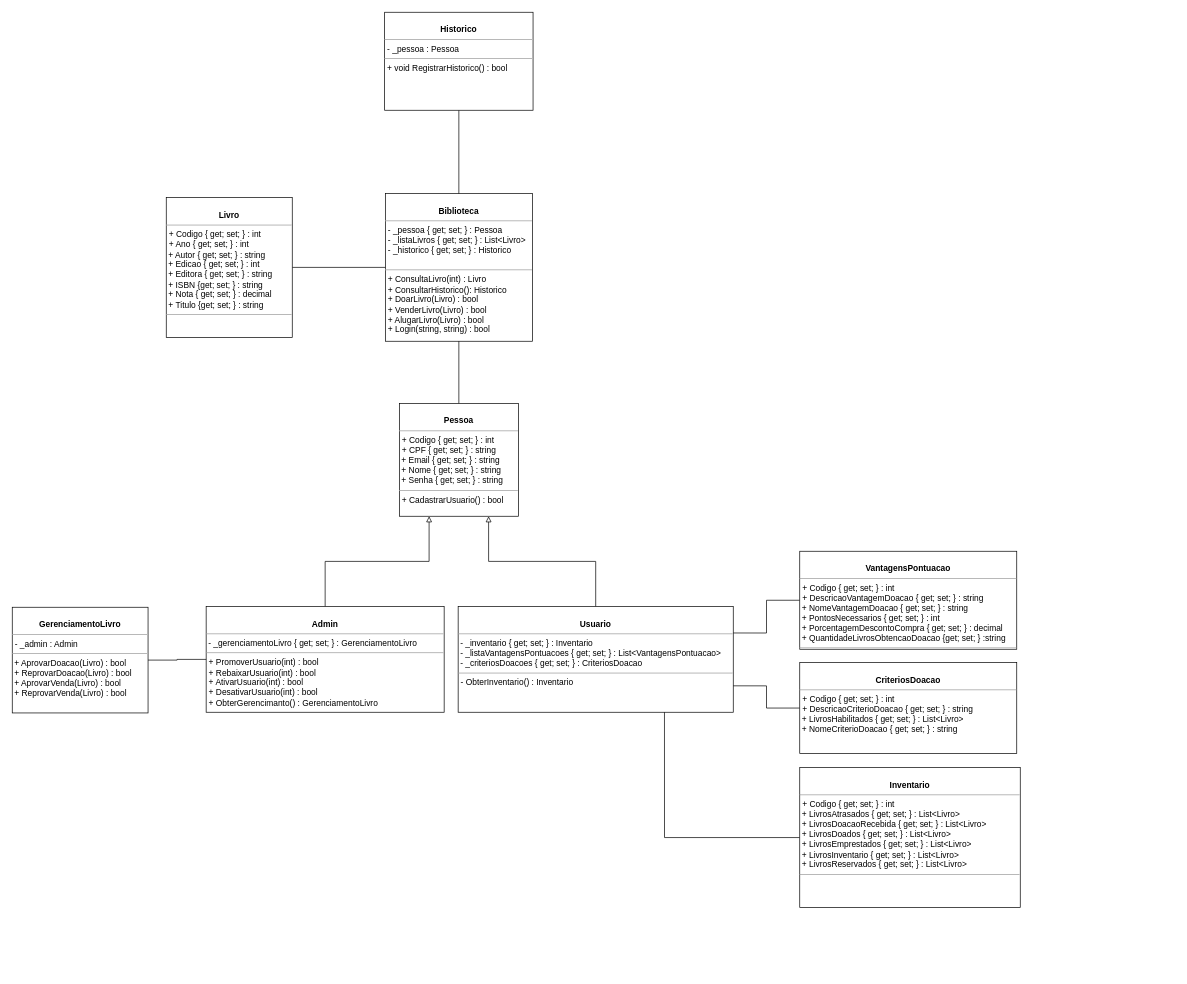
Above: novoDiagramaClasse.drawio in lucaspercisi/UFFS (draw.io), before the change. Source tidied: cells renumbered, new cells numbered last; positions are measured from the earlier drawing's top-left corner, leaving out a move shared by most shapes. Both pictures are drawn from the tidied source at 70%, with x=0, y=0 at pixel (12, 12).
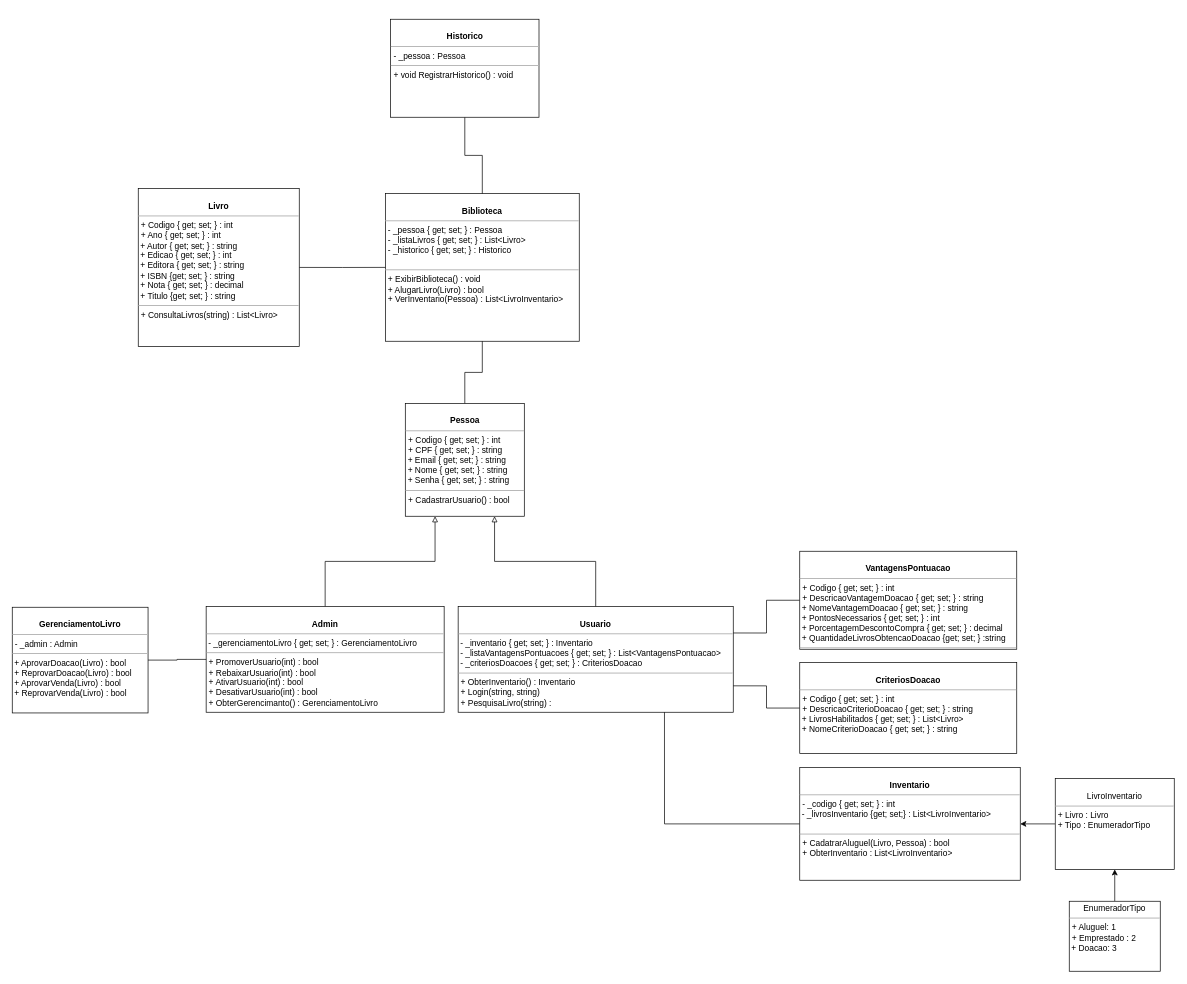
After the change.

What changed in the source:
```diff
@@
-    <mxCell id="2" value="&lt;p style=&quot;margin:0px;margin-top:4px;text-align:center;&quot;&gt;&lt;br&gt;&lt;b&gt;Biblioteca&lt;/b&gt;&lt;/p&gt;&lt;hr size=&quot;1&quot;&gt;&lt;p style=&quot;margin: 0px 0px 0px 4px;&quot;&gt;- _pessoa { get; set; } : Pessoa&lt;/p&gt;&lt;p style=&quot;margin: 0px 0px 0px 4px;&quot;&gt;- _listaLivros { get; set; } : List&amp;lt;Livro&amp;gt;&lt;/p&gt;&lt;p style=&quot;margin: 0px 0px 0px 4px;&quot;&gt;- _historico { get; set; } : Historico&lt;/p&gt;&lt;br&gt;&lt;hr size=&quot;1&quot;&gt;&lt;p style=&quot;margin:0px;margin-left:4px;&quot;&gt;+ ConsultaLivro(int) : Livro&lt;/p&gt;&lt;p style=&quot;margin:0px;margin-left:4px;&quot;&gt;+ ConsultarHistorico(): Historico&lt;/p&gt;&lt;p style=&quot;margin:0px;margin-left:4px;&quot;&gt;+ DoarLivro(Livro) : bool&lt;/p&gt;&lt;p style=&quot;margin:0px;margin-left:4px;&quot;&gt;+ VenderLivro(Livro) : bool&lt;/p&gt;&lt;p style=&quot;margin:0px;margin-left:4px;&quot;&gt;+ AlugarLivro(Livro) : bool&lt;/p&gt;&lt;p style=&quot;margin:0px;margin-left:4px;&quot;&gt;+ Login(string, string) : bool&lt;br&gt;&lt;/p&gt;" style="verticalAlign=top;align=left;overflow=fill;fontSize=12;fontFamily=Helvetica;html=1;rounded=0;shadow=0;comic=0;labelBackgroundColor=none;strokeWidth=1;" parent="1" vertex="1">
-      <mxGeometry x="533" y="259" width="210" height="211" as="geometry" />
+    <mxCell id="2" value="&lt;p style=&quot;margin:0px;margin-top:4px;text-align:center;&quot;&gt;&lt;br&gt;&lt;b&gt;Biblioteca&lt;/b&gt;&lt;/p&gt;&lt;hr size=&quot;1&quot;&gt;&lt;p style=&quot;margin: 0px 0px 0px 4px;&quot;&gt;- _pessoa { get; set; } : Pessoa&lt;/p&gt;&lt;p style=&quot;margin: 0px 0px 0px 4px;&quot;&gt;- _listaLivros { get; set; } : List&amp;lt;Livro&amp;gt;&lt;/p&gt;&lt;p style=&quot;margin: 0px 0px 0px 4px;&quot;&gt;- _historico { get; set; } : Historico&lt;/p&gt;&lt;br&gt;&lt;hr size=&quot;1&quot;&gt;&lt;p style=&quot;margin:0px;margin-left:4px;&quot;&gt;+ ExibirBiblioteca() : void&lt;/p&gt;&lt;p style=&quot;margin:0px;margin-left:4px;&quot;&gt;+ AlugarLivro(Livro) : bool&lt;/p&gt;&lt;p style=&quot;margin:0px;margin-left:4px;&quot;&gt;+ VerInventario(Pessoa) : List&amp;lt;LivroInventario&amp;gt;&lt;/p&gt;" style="verticalAlign=top;align=left;overflow=fill;fontSize=12;fontFamily=Helvetica;html=1;rounded=0;shadow=0;comic=0;labelBackgroundColor=none;strokeWidth=1;" parent="1" vertex="1">
+      <mxGeometry x="533" y="259" width="277" height="211" as="geometry" />
     </mxCell>
@@
     <mxCell id="4" value="&lt;p style=&quot;margin:0px;margin-top:4px;text-align:center;&quot;&gt;&lt;br&gt;&lt;b&gt;Pessoa&lt;/b&gt;&lt;/p&gt;&lt;hr size=&quot;1&quot;&gt;&lt;p style=&quot;margin: 0px 0px 0px 4px;&quot;&gt;+ Codigo { get; set; } : int&lt;/p&gt;&lt;p style=&quot;margin: 0px 0px 0px 4px;&quot;&gt;+ CPF { get; set; } : string&lt;/p&gt;&amp;nbsp;+ Email { get; set; } : string&amp;nbsp;&lt;br&gt;&amp;nbsp;+ Nome { get; set; } : string&lt;br&gt;&amp;nbsp;+ Senha { get; set; } : string&lt;br&gt;&lt;hr size=&quot;1&quot;&gt;&lt;p style=&quot;margin:0px;margin-left:4px;&quot;&gt;+ CadastrarUsuario() : bool&lt;br&gt;&lt;/p&gt;&lt;p style=&quot;margin:0px;margin-left:4px;&quot;&gt;&lt;br&gt;&lt;/p&gt;&lt;div&gt;&lt;br&gt;&lt;/div&gt;&lt;div&gt;&lt;br&gt;&lt;/div&gt;" style="verticalAlign=top;align=left;overflow=fill;fontSize=12;fontFamily=Helvetica;html=1;rounded=0;shadow=0;comic=0;labelBackgroundColor=none;strokeWidth=1;" parent="1" vertex="1">
-      <mxGeometry x="553" y="559" width="170" height="161" as="geometry" />
+      <mxGeometry x="561.5" y="559" width="170" height="161" as="geometry" />
     </mxCell>
@@
-    <mxCell id="8" value="&lt;p style=&quot;margin:0px;margin-top:4px;text-align:center;&quot;&gt;&lt;br&gt;&lt;b&gt;Usuario&lt;/b&gt;&lt;/p&gt;&lt;hr size=&quot;1&quot;&gt;&lt;p style=&quot;margin: 0px 0px 0px 4px;&quot;&gt;&lt;/p&gt;&amp;nbsp;-&amp;nbsp;_inventario { get; set; } : Inventario&amp;nbsp;&lt;br&gt;&amp;nbsp;- _listaVantagensPontuacoes { get; set; } : List&amp;lt;VantagensPontuacao&amp;gt;&lt;br&gt;&amp;nbsp;- _criteriosDoacoes { get; set; } : CriteriosDoacao&lt;br&gt;&lt;hr size=&quot;1&quot;&gt;&lt;p style=&quot;margin:0px;margin-left:4px;&quot;&gt;- ObterInventario() : Inventario&lt;/p&gt;&lt;p style=&quot;margin:0px;margin-left:4px;&quot;&gt;&lt;br&gt;&lt;/p&gt;" style="verticalAlign=top;align=left;overflow=fill;fontSize=12;fontFamily=Helvetica;html=1;rounded=0;shadow=0;comic=0;labelBackgroundColor=none;strokeWidth=1;" parent="1" vertex="1">
+    <mxCell id="8" value="&lt;p style=&quot;margin:0px;margin-top:4px;text-align:center;&quot;&gt;&lt;br&gt;&lt;b&gt;Usuario&lt;/b&gt;&lt;/p&gt;&lt;hr size=&quot;1&quot;&gt;&lt;p style=&quot;margin: 0px 0px 0px 4px;&quot;&gt;&lt;/p&gt;&amp;nbsp;-&amp;nbsp;_inventario { get; set; } : Inventario&amp;nbsp;&lt;br&gt;&amp;nbsp;- _listaVantagensPontuacoes { get; set; } : List&amp;lt;VantagensPontuacao&amp;gt;&lt;br&gt;&amp;nbsp;- _criteriosDoacoes { get; set; } : CriteriosDoacao&lt;br&gt;&lt;hr size=&quot;1&quot;&gt;&lt;p style=&quot;margin:0px;margin-left:4px;&quot;&gt;+ ObterInventario() : Inventario&lt;/p&gt;&lt;p style=&quot;margin:0px;margin-left:4px;&quot;&gt;+ Login(string, string)&lt;/p&gt;&lt;p style=&quot;margin:0px;margin-left:4px;&quot;&gt;+ PesquisaLivro(string) : &lt;br&gt;&lt;/p&gt;&lt;p style=&quot;margin:0px;margin-left:4px;&quot;&gt;&lt;br&gt;&lt;/p&gt;&lt;p style=&quot;margin:0px;margin-left:4px;&quot;&gt;&lt;br&gt;&lt;/p&gt;" style="verticalAlign=top;align=left;overflow=fill;fontSize=12;fontFamily=Helvetica;html=1;rounded=0;shadow=0;comic=0;labelBackgroundColor=none;strokeWidth=1;" parent="1" vertex="1">
       <mxGeometry x="637" y="849" width="393" height="151" as="geometry" />
     </mxCell>
@@
-    <mxCell id="10" value="&lt;p style=&quot;margin:0px;margin-top:4px;text-align:center;&quot;&gt;&lt;br&gt;&lt;b&gt;Historico&lt;/b&gt;&lt;/p&gt;&lt;hr size=&quot;1&quot;&gt;&lt;p style=&quot;margin: 0px 0px 0px 4px;&quot;&gt;-&amp;nbsp;_pessoa : Pessoa&lt;br&gt;&lt;/p&gt;&lt;hr size=&quot;1&quot;&gt;&lt;p style=&quot;margin:0px;margin-left:4px;&quot;&gt;+ void RegistrarHistorico() : bool&lt;br&gt;&lt;/p&gt;&lt;p style=&quot;margin:0px;margin-left:4px;&quot;&gt;&lt;br&gt;&lt;/p&gt;" style="verticalAlign=top;align=left;overflow=fill;fontSize=12;fontFamily=Helvetica;html=1;rounded=0;shadow=0;comic=0;labelBackgroundColor=none;strokeWidth=1;" parent="1" vertex="1">
-      <mxGeometry x="532" width="212" height="140" as="geometry" />
+    <mxCell id="10" value="&lt;p style=&quot;margin:0px;margin-top:4px;text-align:center;&quot;&gt;&lt;br&gt;&lt;b&gt;Historico&lt;/b&gt;&lt;/p&gt;&lt;hr size=&quot;1&quot;&gt;&lt;p style=&quot;margin: 0px 0px 0px 4px;&quot;&gt;-&amp;nbsp;_pessoa : Pessoa&lt;br&gt;&lt;/p&gt;&lt;hr size=&quot;1&quot;&gt;&lt;p style=&quot;margin:0px;margin-left:4px;&quot;&gt;+ void RegistrarHistorico() : void&lt;br&gt;&lt;/p&gt;&lt;p style=&quot;margin:0px;margin-left:4px;&quot;&gt;&lt;br&gt;&lt;/p&gt;" style="verticalAlign=top;align=left;overflow=fill;fontSize=12;fontFamily=Helvetica;html=1;rounded=0;shadow=0;comic=0;labelBackgroundColor=none;strokeWidth=1;" parent="1" vertex="1">
+      <mxGeometry x="540.5" y="10" width="212" height="140" as="geometry" />
     </mxCell>
@@
-    <mxCell id="18" value="&lt;p style=&quot;margin:0px;margin-top:4px;text-align:center;&quot;&gt;&lt;br&gt;&lt;b&gt;Livro&lt;/b&gt;&lt;/p&gt;&lt;hr size=&quot;1&quot;&gt;&lt;p style=&quot;margin: 0px 0px 0px 4px;&quot;&gt;+ Codigo { get; set; } : int&lt;/p&gt;&lt;p style=&quot;margin: 0px 0px 0px 4px;&quot;&gt;+ Ano { get; set; } : int&lt;/p&gt;&amp;nbsp;+ Autor { get; set; } : string&amp;nbsp;&lt;br&gt;&amp;nbsp;+ Edicao { get; set; } : int&lt;br&gt;&amp;nbsp;+ Editora { get; set; } : string&lt;br&gt;&amp;nbsp;+&amp;nbsp;ISBN {get; set; } : string&lt;br&gt;&amp;nbsp;+ Nota { get; set; } : decimal&lt;br&gt;&amp;nbsp;+&amp;nbsp;Titulo {get; set; } : string&lt;br&gt;&lt;hr size=&quot;1&quot;&gt;&lt;p style=&quot;margin:0px;margin-left:4px;&quot;&gt;&lt;br&gt;&lt;/p&gt;&lt;p style=&quot;margin:0px;margin-left:4px;&quot;&gt;&lt;br&gt;&lt;/p&gt;" style="verticalAlign=top;align=left;overflow=fill;fontSize=12;fontFamily=Helvetica;html=1;rounded=0;shadow=0;comic=0;labelBackgroundColor=none;strokeWidth=1;" parent="1" vertex="1">
-      <mxGeometry x="220" y="264.5" width="180" height="200" as="geometry" />
+    <mxCell id="18" value="&lt;p style=&quot;margin:0px;margin-top:4px;text-align:center;&quot;&gt;&lt;br&gt;&lt;b&gt;Livro&lt;/b&gt;&lt;/p&gt;&lt;hr size=&quot;1&quot;&gt;&lt;p style=&quot;margin: 0px 0px 0px 4px;&quot;&gt;+ Codigo { get; set; } : int&lt;/p&gt;&lt;p style=&quot;margin: 0px 0px 0px 4px;&quot;&gt;+ Ano { get; set; } : int&lt;/p&gt;&amp;nbsp;+ Autor { get; set; } : string&amp;nbsp;&lt;br&gt;&amp;nbsp;+ Edicao { get; set; } : int&lt;br&gt;&amp;nbsp;+ Editora { get; set; } : string&lt;br&gt;&amp;nbsp;+&amp;nbsp;ISBN {get; set; } : string&lt;br&gt;&amp;nbsp;+ Nota { get; set; } : decimal&lt;br&gt;&amp;nbsp;+&amp;nbsp;Titulo {get; set; } : string&lt;br&gt;&lt;hr size=&quot;1&quot;&gt;&lt;p style=&quot;margin:0px;margin-left:4px;&quot;&gt;+ ConsultaLivros(string) : List&amp;lt;Livro&amp;gt;&lt;/p&gt;&lt;p style=&quot;margin:0px;margin-left:4px;&quot;&gt;&lt;br&gt;&lt;/p&gt;" style="verticalAlign=top;align=left;overflow=fill;fontSize=12;fontFamily=Helvetica;html=1;rounded=0;shadow=0;comic=0;labelBackgroundColor=none;strokeWidth=1;" parent="1" vertex="1">
+      <mxGeometry x="180" y="251.8" width="230" height="225.5" as="geometry" />
     </mxCell>
@@
-    <mxCell id="20" value="&lt;p style=&quot;margin:0px;margin-top:4px;text-align:center;&quot;&gt;&lt;br&gt;&lt;b&gt;Inventario&lt;/b&gt;&lt;/p&gt;&lt;hr size=&quot;1&quot;&gt;&lt;p style=&quot;margin: 0px 0px 0px 4px;&quot;&gt;&lt;span style=&quot;background-color: initial;&quot;&gt;+ Codigo { get; set; } : int&lt;/span&gt;&lt;br&gt;&lt;/p&gt;&amp;nbsp;+ LivrosAtrasados { get; set; } : List&amp;lt;Livro&amp;gt;&amp;nbsp;&lt;br&gt;&amp;nbsp;+ LivrosDoacaoRecebida { get; set; } : List&amp;lt;Livro&amp;gt;&amp;nbsp;&lt;br&gt;&amp;nbsp;+ LivrosDoados { get; set; } : List&amp;lt;Livro&amp;gt;&amp;nbsp;&lt;br&gt;&amp;nbsp;+ LivrosEmprestados { get; set; } : List&amp;lt;Livro&amp;gt;&amp;nbsp;&lt;br&gt;&amp;nbsp;+ LivrosInventario { get; set; } : List&amp;lt;Livro&amp;gt;&amp;nbsp;&lt;br&gt;&amp;nbsp;+ LivrosReservados { get; set; } : List&amp;lt;Livro&amp;gt;&amp;nbsp;&lt;hr size=&quot;1&quot;&gt;&lt;p style=&quot;margin:0px;margin-left:4px;&quot;&gt;&lt;br&gt;&lt;/p&gt;&lt;p style=&quot;margin:0px;margin-left:4px;&quot;&gt;&lt;br&gt;&lt;/p&gt;" style="verticalAlign=top;align=left;overflow=fill;fontSize=12;fontFamily=Helvetica;html=1;rounded=0;shadow=0;comic=0;labelBackgroundColor=none;strokeWidth=1;" parent="1" vertex="1">
-      <mxGeometry x="1125" y="1079" width="315" height="200" as="geometry" />
+    <mxCell id="20" value="&lt;p style=&quot;margin:0px;margin-top:4px;text-align:center;&quot;&gt;&lt;br&gt;&lt;b&gt;Inventario&lt;/b&gt;&lt;/p&gt;&lt;hr size=&quot;1&quot;&gt;&lt;p style=&quot;margin: 0px 0px 0px 4px;&quot;&gt;&lt;span style=&quot;background-color: initial;&quot;&gt;- _codigo { get; set; } : int&lt;/span&gt;&lt;br&gt;&lt;/p&gt;&lt;div&gt;&amp;nbsp;- _livrosInventario {get; set;} : List&amp;lt;LivroInventario&amp;gt;&lt;br&gt;&lt;/div&gt;&lt;div&gt;&lt;br&gt;&lt;/div&gt;&lt;hr size=&quot;1&quot;&gt;&lt;p style=&quot;margin:0px;margin-left:4px;&quot;&gt;+ CadatrarAluguel(Livro, Pessoa) : bool&lt;br&gt;&lt;/p&gt;&lt;p style=&quot;margin:0px;margin-left:4px;&quot;&gt;+ ObterInventario : List&amp;lt;LivroInventario&amp;gt;&lt;br&gt;&lt;/p&gt;" style="verticalAlign=top;align=left;overflow=fill;fontSize=12;fontFamily=Helvetica;html=1;rounded=0;shadow=0;comic=0;labelBackgroundColor=none;strokeWidth=1;" parent="1" vertex="1">
+      <mxGeometry x="1125" y="1079" width="315" height="161" as="geometry" />
     </mxCell>
+    <mxCell id="21" style="edgeStyle=orthogonalEdgeStyle;rounded=0;jettySize=auto;html=1;exitX=0;exitY=0.5;exitDx=0;exitDy=0;" parent="1" edge="1" source="22" target="20">
+      <mxGeometry relative="1" as="geometry" />
+    </mxCell>
+    <mxCell id="22" value="&lt;p style=&quot;margin:0px;margin-top:4px;text-align:center;&quot;&gt;&lt;br&gt;LivroInventario&lt;/p&gt;&lt;hr size=&quot;1&quot;&gt;&lt;p style=&quot;margin: 0px 0px 0px 4px;&quot;&gt;+ Livro : Livro&lt;/p&gt;&lt;p style=&quot;margin: 0px 0px 0px 4px;&quot;&gt;+ Tipo : EnumeradorTipo&lt;br&gt;&lt;/p&gt;&lt;p style=&quot;margin:0px;margin-left:4px;&quot;&gt;&lt;br&gt;&lt;/p&gt;&lt;p style=&quot;margin:0px;margin-left:4px;&quot;&gt;&lt;br&gt;&lt;/p&gt;" style="verticalAlign=top;align=left;overflow=fill;fontSize=12;fontFamily=Helvetica;html=1;rounded=0;shadow=0;comic=0;labelBackgroundColor=none;strokeWidth=1;" parent="1" vertex="1">
+      <mxGeometry x="1490" y="1094.5" width="170" height="130" as="geometry" />
+    </mxCell>
+    <mxCell id="23" style="edgeStyle=orthogonalEdgeStyle;rounded=0;jettySize=auto;html=1;exitX=0.5;exitY=0;exitDx=0;exitDy=0;entryX=0.5;entryY=1;entryDx=0;entryDy=0;" parent="1" edge="1" source="24" target="22">
+      <mxGeometry relative="1" as="geometry" />
+    </mxCell>
+    <mxCell id="24" value="&lt;p style=&quot;margin:0px;margin-top:4px;text-align:center;&quot;&gt;EnumeradorTipo&lt;/p&gt;&lt;hr size=&quot;1&quot;&gt;&lt;p style=&quot;margin: 0px 0px 0px 4px;&quot;&gt;+ Aluguel: 1&lt;/p&gt;&lt;p style=&quot;margin: 0px 0px 0px 4px;&quot;&gt;+ Emprestado : 2&lt;/p&gt;&amp;nbsp;+ Doacao: 3&lt;br&gt;&lt;p style=&quot;margin:0px;margin-left:4px;&quot;&gt;&lt;br&gt;&lt;/p&gt;&lt;p style=&quot;margin:0px;margin-left:4px;&quot;&gt;&lt;br&gt;&lt;/p&gt;" style="verticalAlign=top;align=left;overflow=fill;fontSize=12;fontFamily=Helvetica;html=1;rounded=0;shadow=0;comic=0;labelBackgroundColor=none;strokeWidth=1;" parent="1" vertex="1">
+      <mxGeometry x="1510" y="1270" width="130" height="100" as="geometry" />
+    </mxCell>
```
